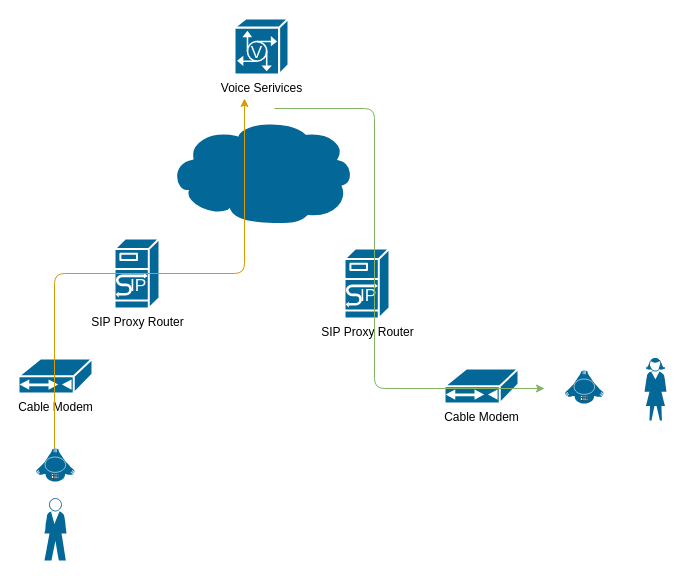
Before: page "VOIP framework" (3 of 7) of Cable_Modem_Architecture_Sample.drawio in nelsonchung/drawio, a draw.io diagram. Source tidied: cells renumbered, new cells numbered last; positions are measured from the earlier drawing's top-left corner, leaving out a move shared by most shapes. Both pictures are drawn from the tidied source at 100%, with x=0, y=0 at pixel (18, 18).
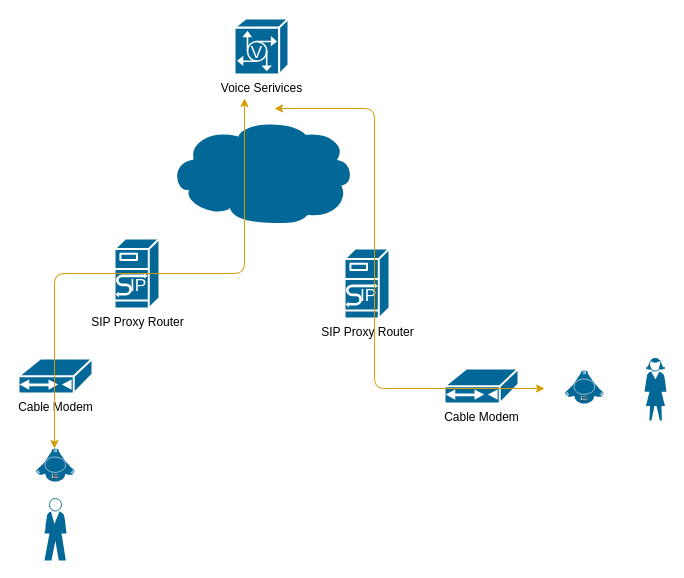
The same page after the edit.

Commit message:
[Cable_Modem_Architecture_Sample] Update VOIP framework

What changed in the source:
```diff
@@
 <mxGraphModel>
   <root>
     <mxCell id="0" />
     <mxCell id="1" parent="0" />
     <mxCell id="2" value="SIP Proxy Router" style="shape=mxgraph.cisco.servers.sip_proxy_server;html=1;dashed=0;fillColor=#036897;strokeColor=#ffffff;strokeWidth=2;verticalLabelPosition=bottom;verticalAlign=top;align=center;" parent="1" vertex="1">
       <mxGeometry x="96" y="220" width="45" height="70" as="geometry" />
     </mxCell>
     <mxCell id="3" value="Voice Serivices" style="shape=mxgraph.cisco.servers.voice_commserver;html=1;dashed=0;fillColor=#036897;strokeColor=#ffffff;strokeWidth=2;verticalLabelPosition=bottom;verticalAlign=top;align=center;" parent="1" vertex="1">
       <mxGeometry x="216" width="54" height="56" as="geometry" />
     </mxCell>
     <mxCell id="4" value="Cable Modem" style="shape=mxgraph.cisco.modems_and_phones.cable_modem;html=1;dashed=0;fillColor=#036897;strokeColor=#ffffff;strokeWidth=2;verticalLabelPosition=bottom;verticalAlign=top;align=center;" parent="1" vertex="1">
       <mxGeometry y="340" width="74" height="35" as="geometry" />
     </mxCell>
     <mxCell id="5" value="SIP Proxy Router" style="shape=mxgraph.cisco.servers.sip_proxy_server;html=1;dashed=0;fillColor=#036897;strokeColor=#ffffff;strokeWidth=2;verticalLabelPosition=bottom;verticalAlign=top;align=center;" parent="1" vertex="1">
       <mxGeometry x="326" y="230" width="45" height="70" as="geometry" />
     </mxCell>
     <mxCell id="6" value="Cable Modem" style="shape=mxgraph.cisco.modems_and_phones.cable_modem;html=1;dashed=0;fillColor=#036897;strokeColor=#ffffff;strokeWidth=2;verticalLabelPosition=bottom;verticalAlign=top;align=center;" parent="1" vertex="1">
       <mxGeometry x="426" y="350" width="74" height="35" as="geometry" />
     </mxCell>
     <mxCell id="7" style="shape=mxgraph.cisco.people.standing_man;html=1;dashed=0;fillColor=#036897;strokeColor=#ffffff;strokeWidth=2;verticalLabelPosition=bottom;verticalAlign=top;align=center;" parent="1" vertex="1">
       <mxGeometry x="26" y="480" width="22" height="62" as="geometry" />
     </mxCell>
     <mxCell id="8" style="shape=mxgraph.cisco.people.standing_woman;html=1;dashed=0;fillColor=#036897;strokeColor=#ffffff;strokeWidth=2;verticalLabelPosition=bottom;verticalAlign=top;align=center;" parent="1" vertex="1">
       <mxGeometry x="626" y="340" width="22" height="62" as="geometry" />
     </mxCell>
     <mxCell id="9" style="shape=mxgraph.cisco.storage.cloud;html=1;dashed=0;fillColor=#036897;strokeColor=#ffffff;strokeWidth=2;verticalLabelPosition=bottom;verticalAlign=top;align=center;" parent="1" vertex="1">
       <mxGeometry x="150" y="100" width="186" height="106" as="geometry" />
     </mxCell>
-    <mxCell id="10" style="edgeStyle=elbowEdgeStyle;elbow=vertical;endArrow=classic;html=1;fillColor=#ffe6cc;strokeColor=#d79b00;" parent="1" edge="1">
+    <mxCell id="10" style="edgeStyle=elbowEdgeStyle;elbow=vertical;endArrow=classic;html=1;fillColor=#ffe6cc;strokeColor=#d79b00;startArrow=classic;startFill=1;" parent="1" edge="1">
       <mxGeometry relative="1" as="geometry">
         <mxPoint x="36" y="430" as="sourcePoint" />
         <mxPoint x="226" y="80" as="targetPoint" />
       </mxGeometry>
     </mxCell>
-    <mxCell id="11" style="edgeStyle=elbowEdgeStyle;elbow=horizontal;endArrow=classic;html=1;fillColor=#d5e8d4;strokeColor=#82b366;" parent="1" edge="1">
+    <mxCell id="11" style="edgeStyle=elbowEdgeStyle;elbow=horizontal;endArrow=classic;html=1;fillColor=#ffe6cc;strokeColor=#d79b00;startArrow=classic;startFill=1;" parent="1" edge="1">
       <mxGeometry relative="1" as="geometry">
         <mxPoint x="256" y="90" as="sourcePoint" />
         <mxPoint x="526" y="370" as="targetPoint" />
         <Array as="points">
           <mxPoint x="356" y="300" />
         </Array>
       </mxGeometry>
     </mxCell>
     <mxCell id="12" style="shape=mxgraph.cisco.misc.octel;html=1;dashed=0;fillColor=#036897;strokeColor=#ffffff;strokeWidth=2;verticalLabelPosition=bottom;verticalAlign=top;align=center;" parent="1" vertex="1">
       <mxGeometry x="546" y="352" width="40" height="33" as="geometry" />
     </mxCell>
     <mxCell id="13" style="shape=mxgraph.cisco.misc.octel;html=1;dashed=0;fillColor=#036897;strokeColor=#ffffff;strokeWidth=2;verticalLabelPosition=bottom;verticalAlign=top;align=center;" parent="1" vertex="1">
       <mxGeometry x="17" y="430" width="40" height="33" as="geometry" />
     </mxCell>
   </root>
 </mxGraphModel>
```
